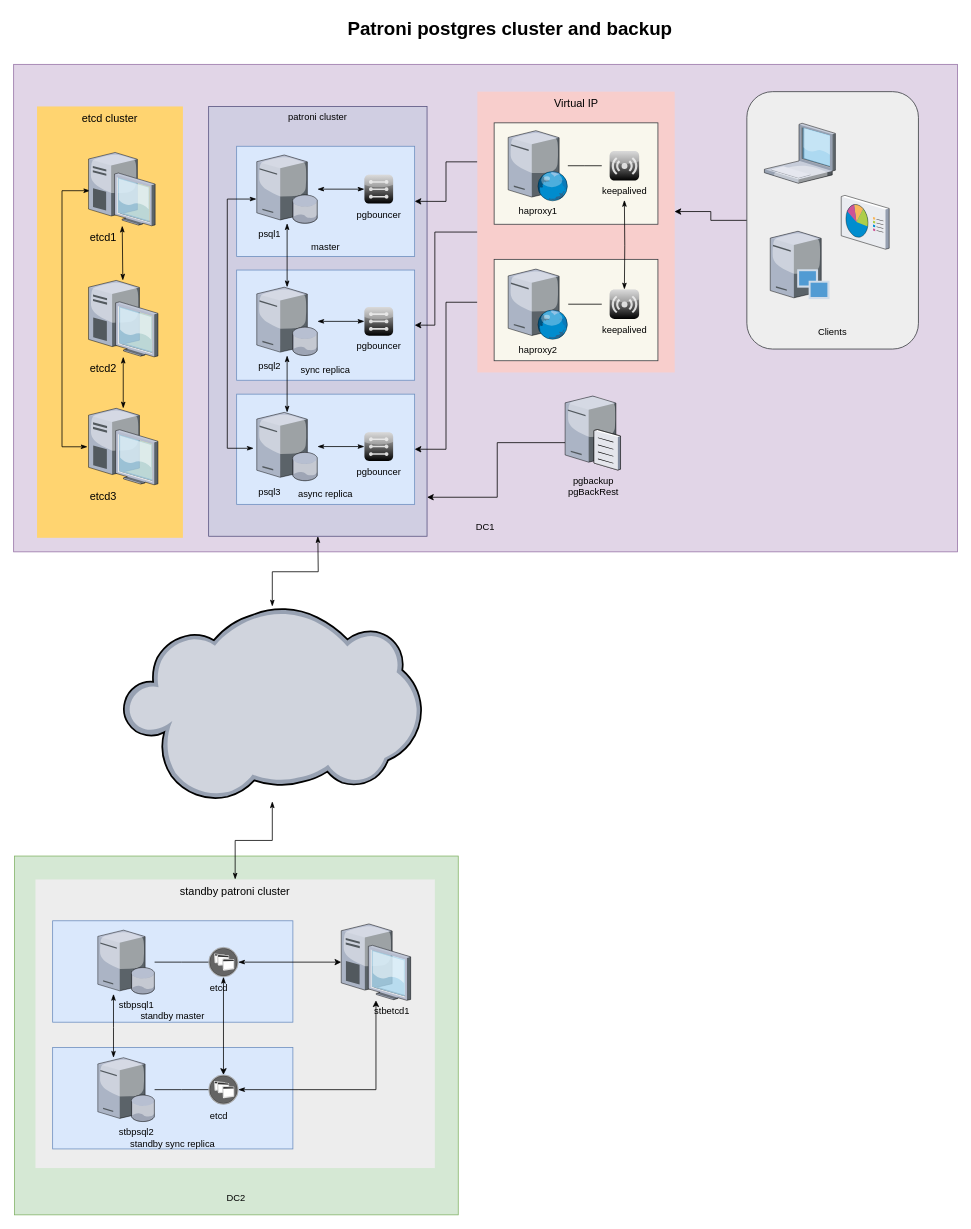
sirantonyru/pgcluster keeps this draw.io diagram as Диаграмма без названия.drawio. Above is the earlier version. Source tidied: cells renumbered, new cells numbered last; positions are measured from the earlier drawing's top-left corner, leaving out a move shared by most shapes. Both pictures are drawn from the tidied source at 78%, with x=0, y=0 at pixel (13, 13).
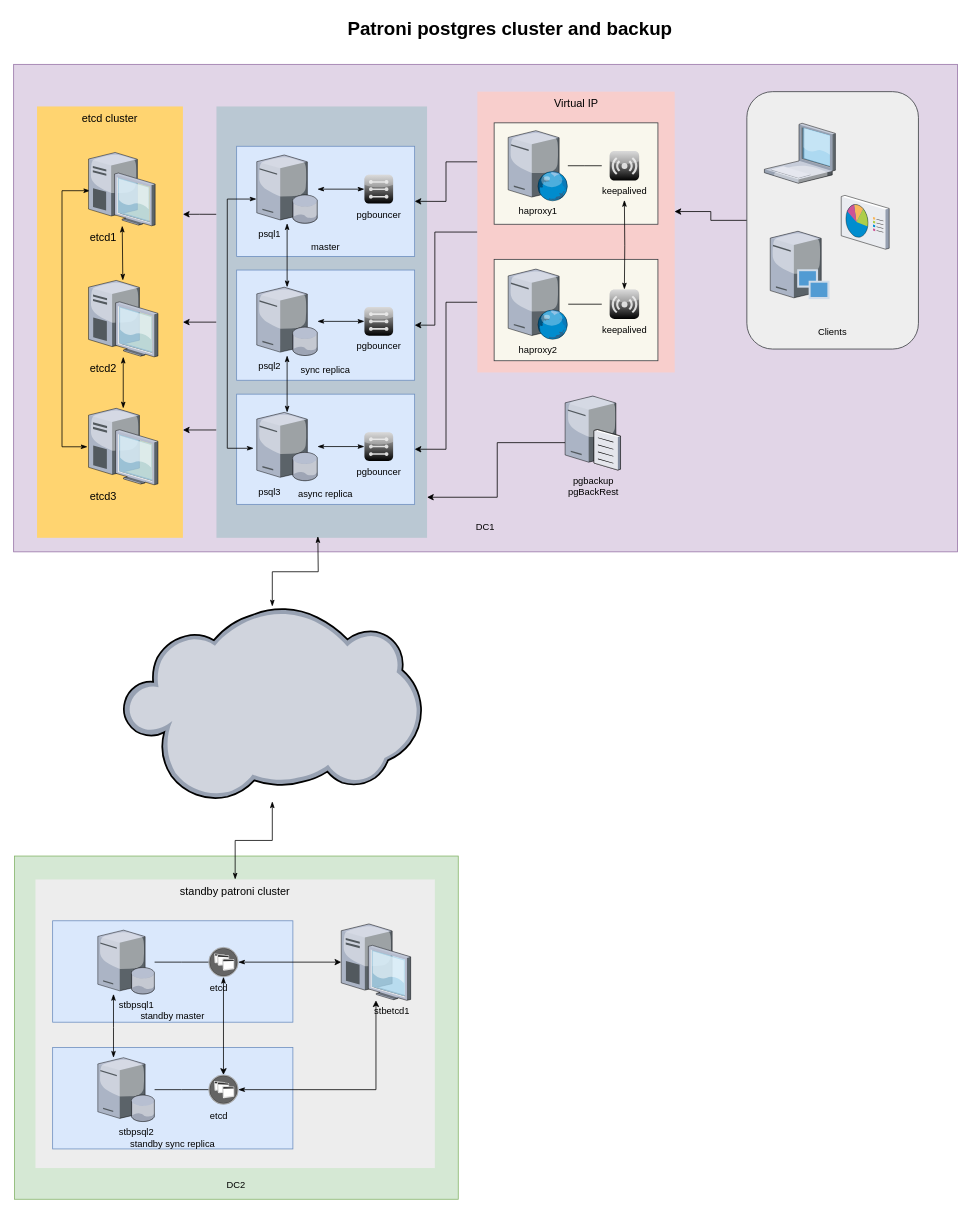
The same diagram, later.

Commit message:
Postgres cluster diagrama v0.3

The change refers to these unchanged cells:
```xml
<mxCell id="12" value="etcd cluster" style="whiteSpace=wrap;html=1;fillColor=#FFD470;gradientColor=none;fontSize=14;strokeColor=none;verticalAlign=top;" parent="1" vertex="1">
  <mxGeometry x="30" y="119" width="187" height="553" as="geometry" />
</mxCell>
```

Change to the diagram source:
```diff
@@
-    <mxCell id="3" value="patroni cluster" style="group;fillColor=#d0cee2;strokeColor=#56517e;" parent="1" vertex="1">
-      <mxGeometry x="250" y="119" width="280" height="551" as="geometry" />
-    </mxCell>
+    <mxCell id="70" style="edgeStyle=orthogonalEdgeStyle;rounded=0;jettySize=auto;html=1;exitX=0;exitY=0.25;exitDx=0;exitDy=0;entryX=1;entryY=0.25;entryDx=0;entryDy=0;" parent="1" edge="1" source="73" target="12">
+      <mxGeometry relative="1" as="geometry" />
+    </mxCell>
+    <mxCell id="71" style="edgeStyle=orthogonalEdgeStyle;rounded=0;jettySize=auto;html=1;exitX=0;exitY=0.75;exitDx=0;exitDy=0;entryX=1;entryY=0.75;entryDx=0;entryDy=0;" parent="1" edge="1" source="73" target="12">
+      <mxGeometry relative="1" as="geometry" />
+    </mxCell>
+    <mxCell id="72" style="edgeStyle=orthogonalEdgeStyle;rounded=0;jettySize=auto;html=1;exitX=0;exitY=0.5;exitDx=0;exitDy=0;entryX=1;entryY=0.5;entryDx=0;entryDy=0;" parent="1" edge="1" source="73" target="12">
+      <mxGeometry relative="1" as="geometry" />
+    </mxCell>
+    <mxCell id="73" style="rounded=0;whiteSpace=wrap;html=1;fillColor=#bac8d3;strokeColor=none;" parent="1" vertex="1">
+      <mxGeometry x="260" y="119" width="270" height="553" as="geometry" />
+    </mxCell>
-    <mxCell id="4" value="&lt;div&gt;&lt;br&gt;&lt;/div&gt;&lt;div&gt;&lt;br&gt;&lt;/div&gt;&lt;div&gt;&lt;br&gt;&lt;/div&gt;&lt;div&gt;&lt;br&gt;&lt;/div&gt;&lt;div&gt;&lt;br&gt;&lt;/div&gt;&lt;div&gt;&lt;br&gt;&lt;/div&gt;&lt;div&gt;&lt;br&gt;&lt;/div&gt;&lt;div&gt;&lt;br&gt;&lt;/div&gt;&lt;div&gt;&lt;br&gt;&lt;/div&gt;&lt;div&gt;&lt;br&gt;&lt;/div&gt;&lt;div&gt;&lt;br&gt;&lt;/div&gt;&lt;div&gt;&lt;br&gt;&lt;/div&gt;&lt;div&gt;&lt;br&gt;&lt;/div&gt;&lt;div&gt;&lt;br&gt;&lt;/div&gt;&lt;div&gt;&lt;br&gt;&lt;/div&gt;&lt;div&gt;&lt;br&gt;&lt;/div&gt;&lt;div&gt;&lt;br&gt;&lt;/div&gt;&lt;div&gt;&lt;br&gt;&lt;/div&gt;&lt;div&gt;&lt;br&gt;&lt;/div&gt;&lt;div&gt;&lt;br&gt;&lt;/div&gt;&lt;div&gt;&lt;br&gt;&lt;/div&gt;&lt;div&gt;&lt;br&gt;&lt;/div&gt;&lt;div&gt;&lt;br&gt;&lt;/div&gt;&lt;div&gt;&lt;br&gt;&lt;/div&gt;&lt;div&gt;&lt;br&gt;&lt;/div&gt;&lt;div&gt;&lt;br&gt;&lt;/div&gt;&lt;div&gt;&lt;br&gt;&lt;/div&gt;&lt;div&gt;&lt;br&gt;&lt;/div&gt;&lt;div&gt;&lt;br&gt;&lt;/div&gt;&lt;div&gt;DC2&lt;/div&gt;" style="rounded=0;whiteSpace=wrap;html=1;fillColor=#d5e8d4;strokeColor=#82b366;" parent="1" vertex="1">
-      <mxGeometry x="1" y="1080" width="569" height="460" as="geometry" />
+    <mxCell id="4" value="&lt;div&gt;&lt;br&gt;&lt;/div&gt;&lt;div&gt;&lt;br&gt;&lt;/div&gt;&lt;div&gt;&lt;br&gt;&lt;/div&gt;&lt;div&gt;&lt;br&gt;&lt;/div&gt;&lt;div&gt;&lt;br&gt;&lt;/div&gt;&lt;div&gt;&lt;br&gt;&lt;/div&gt;&lt;div&gt;&lt;br&gt;&lt;/div&gt;&lt;div&gt;&lt;br&gt;&lt;/div&gt;&lt;div&gt;&lt;br&gt;&lt;/div&gt;&lt;div&gt;&lt;br&gt;&lt;/div&gt;&lt;div&gt;&lt;br&gt;&lt;/div&gt;&lt;div&gt;&lt;br&gt;&lt;/div&gt;&lt;div&gt;&lt;br&gt;&lt;/div&gt;&lt;div&gt;&lt;br&gt;&lt;/div&gt;&lt;div&gt;&lt;br&gt;&lt;/div&gt;&lt;div&gt;&lt;br&gt;&lt;/div&gt;&lt;div&gt;&lt;br&gt;&lt;/div&gt;&lt;div&gt;&lt;br&gt;&lt;/div&gt;&lt;div&gt;&lt;br&gt;&lt;/div&gt;&lt;div&gt;&lt;br&gt;&lt;/div&gt;&lt;div&gt;&lt;br&gt;&lt;/div&gt;&lt;div&gt;&lt;br&gt;&lt;/div&gt;&lt;div&gt;&lt;br&gt;&lt;/div&gt;&lt;div&gt;&lt;br&gt;&lt;/div&gt;&lt;div&gt;&lt;br&gt;&lt;/div&gt;&lt;div&gt;&lt;br&gt;&lt;/div&gt;&lt;div&gt;&lt;br&gt;&lt;/div&gt;&lt;div&gt;&lt;br&gt;&lt;/div&gt;&lt;div&gt;&lt;span style=&quot;background-color: transparent; color: light-dark(rgb(0, 0, 0), rgb(255, 255, 255));&quot;&gt;DC2&lt;/span&gt;&lt;/div&gt;" style="rounded=0;whiteSpace=wrap;html=1;fillColor=#d5e8d4;strokeColor=#82b366;" parent="1" vertex="1">
+      <mxGeometry x="1" y="1080" width="569" height="440" as="geometry" />
     </mxCell>
```
